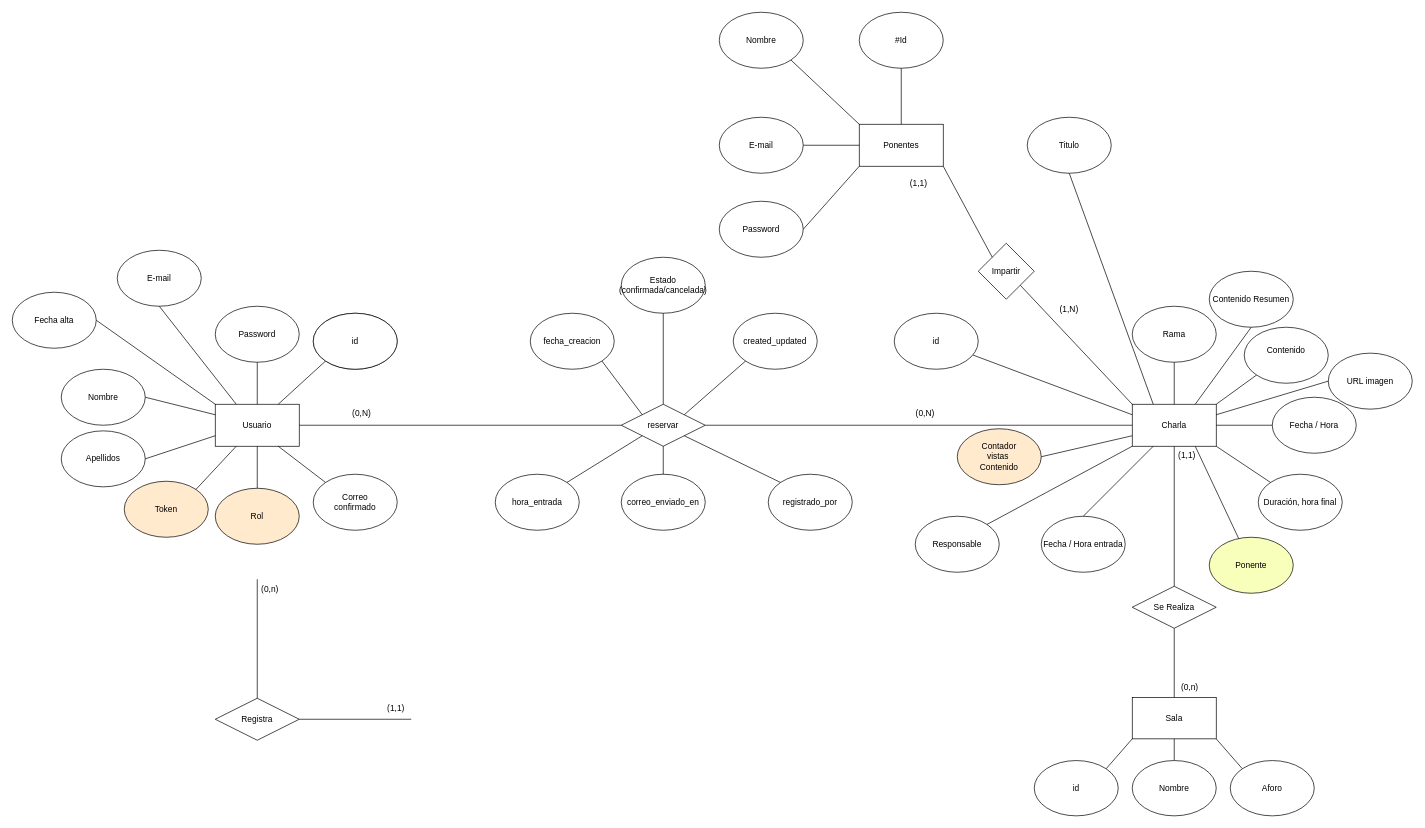
This is docs/BBDD Sabitech.drawio from saimonfiles06/sabitech, a draw.io file, before an edit. Source tidied: cells renumbered, new cells numbered last; positions are measured from the earlier drawing's top-left corner, leaving out a move shared by most shapes. Both pictures are drawn from the tidied source at 70%, with x=0, y=0 at pixel (12, 12).
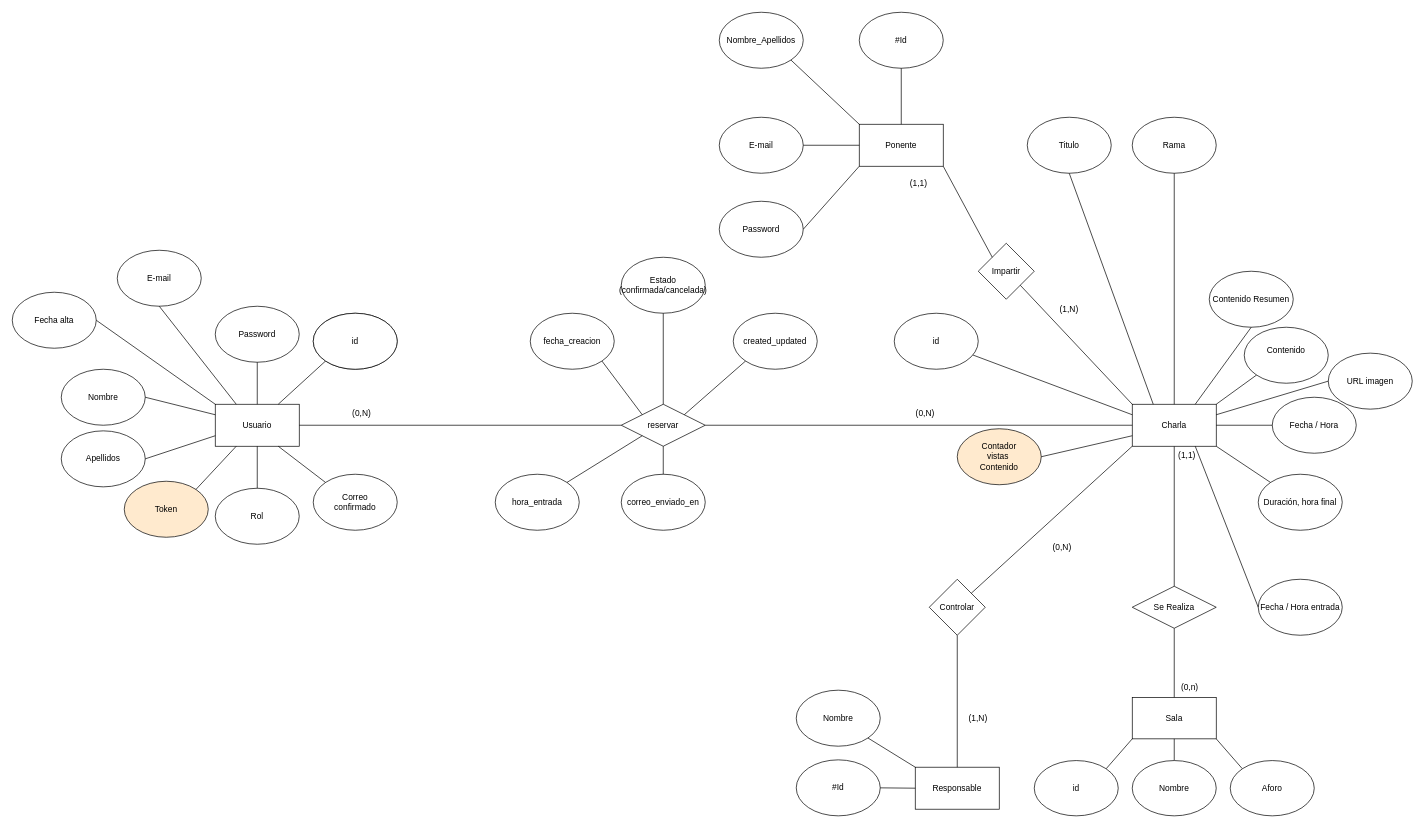
Above is the later version.

Commit message (it also covers changes not shown here):
cambios documentos

se cambia ER y reuniones.md

Unchanged cells that the change refers to:
```xml
<mxCell id="14" value="Charla" style="rounded=0;whiteSpace=wrap;html=1;" parent="1" vertex="1">
  <mxGeometry x="1600" y="560" width="120" height="60" as="geometry" />
</mxCell>
<mxCell id="56" value="reservar" style="shape=rhombus;perimeter=rhombusPerimeter;whiteSpace=wrap;html=1;align=center;" parent="1" vertex="1">
  <mxGeometry x="870" y="560" width="120" height="60" as="geometry" />
</mxCell>
```

Change to the diagram source:
```diff
@@
-    <mxCell id="13" value="Rol" style="ellipse;whiteSpace=wrap;html=1;shapeInside=1;fillColor=#FFEACE;" parent="1" vertex="1">
+    <mxCell id="13" value="Rol" style="ellipse;whiteSpace=wrap;html=1;shapeInside=1;" parent="1" vertex="1">
       <mxGeometry x="290" y="680" width="120" height="80" as="geometry" />
     </mxCell>
@@
-    <mxCell id="16" value="Ponente" style="ellipse;whiteSpace=wrap;html=1;shapeInside=1;fillColor=#F8FFBA;" parent="1" vertex="1">
-      <mxGeometry x="1710" y="750" width="120" height="80" as="geometry" />
-    </mxCell>
@@
-    <mxCell id="23" style="rounded=0;jettySize=auto;html=1;endArrow=none;endFill=0;exitX=0.75;exitY=1;exitDx=0;exitDy=0;" parent="1" edge="1" source="14" target="16">
-      <mxGeometry x="0.33" relative="1" as="geometry" />
-    </mxCell>
@@
     <mxCell id="41" value="Fecha / Hora entrada" style="ellipse;whiteSpace=wrap;html=1;shapeInside=1;" parent="1" vertex="1">
-      <mxGeometry x="1470" y="720" width="120" height="80" as="geometry" />
+      <mxGeometry x="1780" y="810" width="120" height="80" as="geometry" />
     </mxCell>
-    <mxCell id="42" style="rounded=0;jettySize=auto;html=1;endArrow=none;endFill=0;entryX=0.5;entryY=0;entryDx=0;entryDy=0;exitX=0.25;exitY=1;exitDx=0;exitDy=0;" parent="1" edge="1" source="14" target="41">
+    <mxCell id="42" style="rounded=0;jettySize=auto;html=1;endArrow=none;endFill=0;entryX=0;entryY=0.5;entryDx=0;entryDy=0;exitX=0.75;exitY=1;exitDx=0;exitDy=0;" parent="1" edge="1" source="14" target="41">
       <mxGeometry x="-0.44" relative="1" as="geometry" />
     </mxCell>
@@
     <mxCell id="49" value="Rama" style="ellipse;whiteSpace=wrap;html=1;shapeInside=1;" parent="1" vertex="1">
-      <mxGeometry x="1600" y="420" width="120" height="80" as="geometry" />
+      <mxGeometry x="1600" y="150" width="120" height="80" as="geometry" />
     </mxCell>
@@
-    <mxCell id="51" value="Responsable" style="ellipse;whiteSpace=wrap;html=1;shapeInside=1;" parent="1" vertex="1">
-      <mxGeometry x="1290" y="720" width="120" height="80" as="geometry" />
-    </mxCell>
@@
-    <mxCell id="55" style="rounded=0;jettySize=auto;html=1;endArrow=none;endFill=0;exitX=0;exitY=1;exitDx=0;exitDy=0;entryX=1;entryY=0;entryDx=0;entryDy=0;" parent="1" edge="1" source="14" target="51">
-      <mxGeometry x="0.96" relative="1" as="geometry" />
-    </mxCell>
@@
-    <mxCell id="59" value="Registra" style="shape=rhombus;perimeter=rhombusPerimeter;whiteSpace=wrap;html=1;align=center;" parent="1" vertex="1">
-      <mxGeometry x="290" y="980" width="120" height="60" as="geometry" />
-    </mxCell>
-    <mxCell id="60" style="rounded=0;jettySize=auto;html=1;endArrow=none;endFill=0;exitX=0;exitY=0.5;exitDx=0;exitDy=0;entryX=1;entryY=0.5;entryDx=0;entryDy=0;" parent="1" edge="1" target="59">
-      <mxGeometry x="0.09" relative="1" as="geometry">
-        <mxPoint x="570" y="1010" as="sourcePoint" />
-      </mxGeometry>
-    </mxCell>
-    <mxCell id="61" style="rounded=0;jettySize=auto;html=1;endArrow=none;endFill=0;entryX=0.5;entryY=0;entryDx=0;entryDy=0;" parent="1" edge="1" target="59">
-      <mxGeometry x="0.33" relative="1" as="geometry">
-        <mxPoint x="350" y="810" as="sourcePoint" />
-      </mxGeometry>
-    </mxCell>
-    <mxCell id="62" value="(1,1)" style="text;strokeColor=none;fillColor=none;spacingLeft=4;spacingRight=4;overflow=hidden;fontSize=12;whiteSpace=wrap;html=1;" parent="1" vertex="1">
-      <mxGeometry x="530" y="980" width="40" height="30" as="geometry" />
-    </mxCell>
-    <mxCell id="63" value="(0,n)" style="text;strokeColor=none;fillColor=none;spacingLeft=4;spacingRight=4;overflow=hidden;fontSize=12;whiteSpace=wrap;html=1;" parent="1" vertex="1">
-      <mxGeometry x="350" y="810" width="40" height="30" as="geometry" />
-    </mxCell>
@@
-    <mxCell id="75" value="registrado_por" style="ellipse;whiteSpace=wrap;html=1;shapeInside=1;" parent="1" vertex="1">
-      <mxGeometry x="1080" y="660" width="120" height="80" as="geometry" />
-    </mxCell>
@@
-    <mxCell id="80" style="endArrow=none;html=1;rounded=0;entryX=0;entryY=0;entryDx=0;entryDy=0;exitX=1;exitY=1;exitDx=0;exitDy=0;" parent="1" edge="1" source="56" target="75">
-      <mxGeometry relative="1" as="geometry" />
-    </mxCell>
-    <mxCell id="81" value="Ponentes" style="rounded=0;whiteSpace=wrap;html=1;" parent="1" vertex="1">
+    <mxCell id="81" value="Ponente" style="rounded=0;whiteSpace=wrap;html=1;" parent="1" vertex="1">
       <mxGeometry x="1210" y="160" width="120" height="60" as="geometry" />
     </mxCell>
@@
-    <mxCell id="86" value="Nombre" style="ellipse;whiteSpace=wrap;html=1;shapeInside=1;" parent="1" vertex="1">
+    <mxCell id="86" value="Nombre_Apellidos" style="ellipse;whiteSpace=wrap;html=1;shapeInside=1;" parent="1" vertex="1">
       <mxGeometry x="1010" width="120" height="80" as="geometry" />
     </mxCell>
@@
+    <mxCell id="95" value="Controlar" style="rhombus;whiteSpace=wrap;html=1;shapeInside=1;" parent="1" vertex="1">
+      <mxGeometry x="1310" y="810" width="80" height="80" as="geometry" />
+    </mxCell>
+    <mxCell id="51" value="Responsable" style="rounded=0;whiteSpace=wrap;html=1;" parent="1" vertex="1">
+      <mxGeometry x="1290" y="1078.5" width="120" height="60" as="geometry" />
+    </mxCell>
+    <mxCell id="96" style="endArrow=none;html=1;rounded=0;entryX=0.5;entryY=1;entryDx=0;entryDy=0;exitX=0.5;exitY=0;exitDx=0;exitDy=0;" parent="1" edge="1" source="51" target="95">
+      <mxGeometry relative="1" as="geometry" />
+    </mxCell>
+    <mxCell id="97" style="endArrow=none;html=1;rounded=0;entryX=0;entryY=1;entryDx=0;entryDy=0;exitX=1;exitY=0;exitDx=0;exitDy=0;" parent="1" edge="1" source="95" target="14">
+      <mxGeometry relative="1" as="geometry" />
+    </mxCell>
+    <mxCell id="98" value="(0,N)" style="text;html=1;whiteSpace=wrap;strokeColor=none;fillColor=none;align=center;verticalAlign=middle;rounded=0;" parent="1" vertex="1">
+      <mxGeometry x="1470" y="750" width="60" height="30" as="geometry" />
+    </mxCell>
+    <mxCell id="99" value="(1,N)" style="text;html=1;whiteSpace=wrap;strokeColor=none;fillColor=none;align=center;verticalAlign=middle;rounded=0;" parent="1" vertex="1">
+      <mxGeometry x="1350" y="993.5" width="60" height="30" as="geometry" />
+    </mxCell>
+    <mxCell id="100" value="#Id" style="ellipse;whiteSpace=wrap;html=1;shapeInside=1;" parent="1" vertex="1">
+      <mxGeometry x="1120" y="1068" width="120" height="80" as="geometry" />
+    </mxCell>
+    <mxCell id="101" style="endArrow=none;html=1;rounded=0;entryX=1;entryY=0.5;entryDx=0;entryDy=0;exitX=0;exitY=0.5;exitDx=0;exitDy=0;" parent="1" edge="1" source="51" target="100">
+      <mxGeometry relative="1" as="geometry" />
+    </mxCell>
+    <mxCell id="102" value="Nombre" style="ellipse;whiteSpace=wrap;html=1;shapeInside=1;" parent="1" vertex="1">
+      <mxGeometry x="1120" y="968.5" width="120" height="80" as="geometry" />
+    </mxCell>
+    <mxCell id="103" style="endArrow=none;html=1;rounded=0;entryX=0;entryY=0;entryDx=0;entryDy=0;exitX=1;exitY=1;exitDx=0;exitDy=0;" parent="1" edge="1" source="102" target="51">
+      <mxGeometry relative="1" as="geometry" />
+    </mxCell>
```
